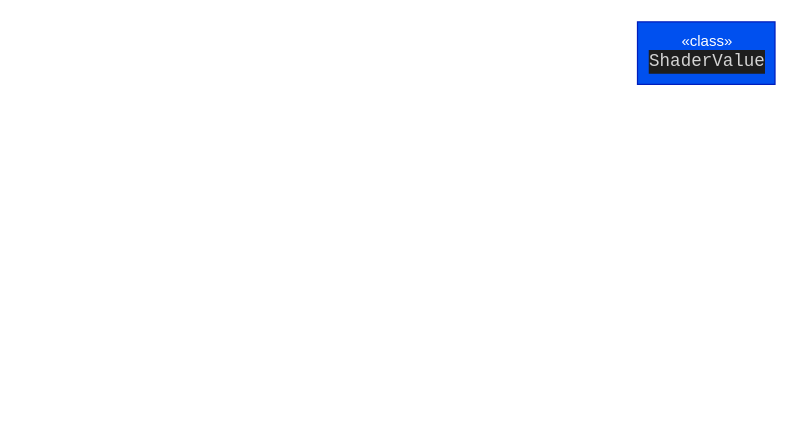
Earlier version of the draw.io diagram page "laya渲染框架" (5 of 5) of LayaAir2/render2.drawio (breezerzxq/Diagram). Source tidied: cells renumbered, new cells numbered last; positions are measured from the earlier drawing's top-left corner, leaving out a move shared by most shapes. Both pictures are drawn from the tidied source at 125%, with x=0, y=0 at pixel (638, 21).
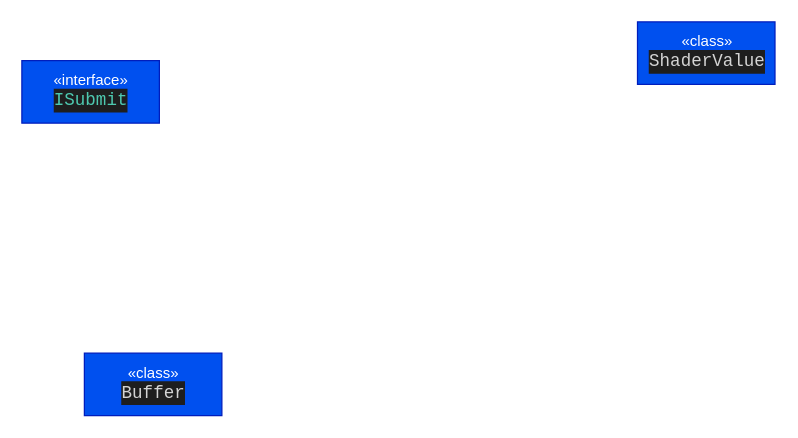
Above is the later version.

The edit, as a diff of the source:
```diff
@@
 <mxGraphModel>
   <root>
     <mxCell id="0" />
     <mxCell id="1" parent="0" />
     <mxCell id="2" value="«class»&lt;br&gt;&lt;div style=&quot;color: rgb(212, 212, 212); background-color: rgb(30, 30, 30); font-family: Consolas, &amp;quot;Courier New&amp;quot;, monospace; font-size: 14px; line-height: 19px;&quot;&gt;ShaderValue&lt;/div&gt;" style="html=1;fillColor=#0050ef;fontColor=#ffffff;strokeColor=#001DBC;" parent="1" vertex="1">
       <mxGeometry x="-0.5" width="110" height="50" as="geometry" />
     </mxCell>
+    <mxCell id="3" value="«class»&lt;br&gt;&lt;div style=&quot;color: rgb(212, 212, 212); background-color: rgb(30, 30, 30); font-family: Consolas, &amp;quot;Courier New&amp;quot;, monospace; font-size: 14px; line-height: 19px;&quot;&gt;Buffer&lt;/div&gt;" style="html=1;fillColor=#0050ef;fontColor=#ffffff;strokeColor=#001DBC;" parent="1" vertex="1">
+      <mxGeometry x="-443" y="265" width="110" height="50" as="geometry" />
+    </mxCell>
+    <mxCell id="4" value="«interface»&lt;br&gt;&lt;div style=&quot;color: rgb(212, 212, 212); background-color: rgb(30, 30, 30); font-family: Consolas, &amp;quot;Courier New&amp;quot;, monospace; font-size: 14px; line-height: 19px;&quot;&gt;&lt;span style=&quot;color: #4ec9b0;&quot;&gt;ISubmit&lt;/span&gt;&lt;/div&gt;" style="html=1;fillColor=#0050ef;fontColor=#ffffff;strokeColor=#001DBC;" parent="1" vertex="1">
+      <mxGeometry x="-493" y="31" width="110" height="50" as="geometry" />
+    </mxCell>
   </root>
 </mxGraphModel>
```
